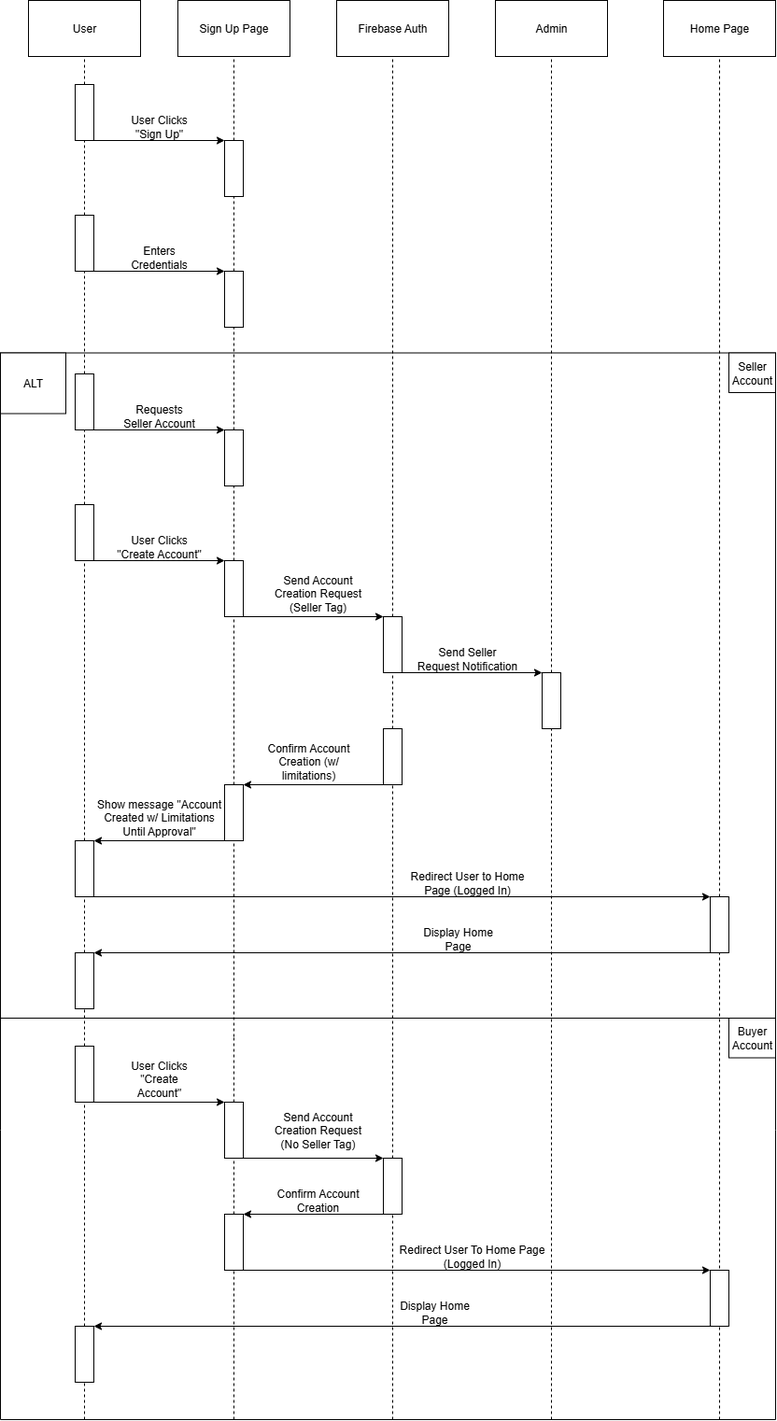
Earlier version of the draw.io export SRS Documents/User Story Diagrams/Sequence Diagram - 2.png (TagReaper/CSE-4214-03-Lab-Project). Source tidied: cells renumbered, new cells last; positions are measured from the earlier drawing's top-left corner, leaving out a move shared by most shapes.
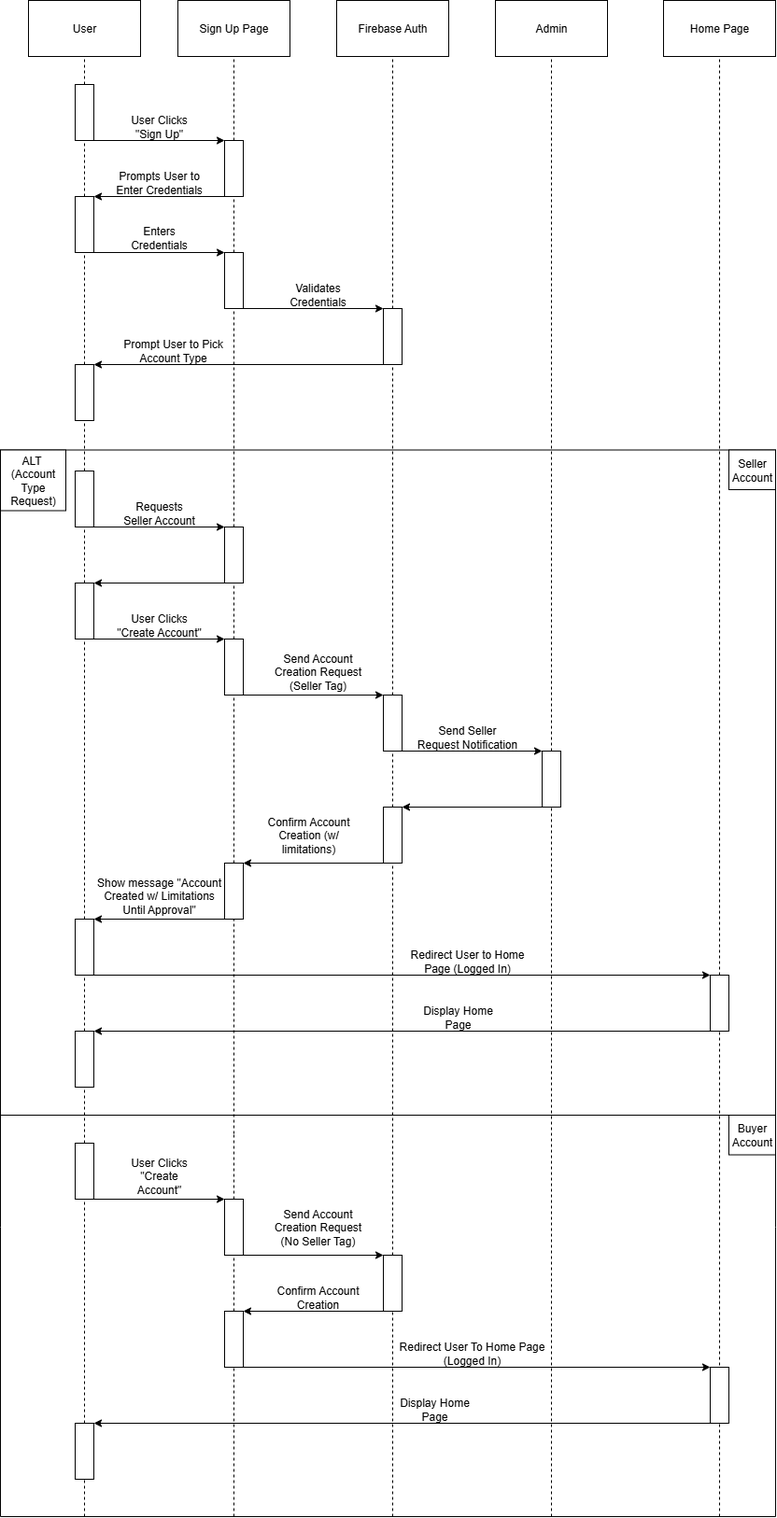
The same diagram one commit later.

The edit, as a diff of the source:
```diff
@@ -25,3 +25,3 @@
     </mxCell>
-    <mxCell id="9" style="endArrow=none;dashed=1;html=1;rounded=0;entryX=0.5;entryY=1;entryDx=0;entryDy=0;" parent="1" edge="1" source="37" target="4">
+    <mxCell id="9" style="endArrow=none;dashed=1;html=1;rounded=0;entryX=0.5;entryY=1;entryDx=0;entryDy=0;" parent="1" edge="1" source="101" target="4">
       <mxGeometry relative="1" as="geometry" />
@@ -52,3 +52,3 @@
     </mxCell>
-    <mxCell id="18" style="endArrow=none;dashed=1;html=1;rounded=0;entryX=1;entryY=0.5;entryDx=0;entryDy=0;" parent="1" edge="1" source="25" target="19">
+    <mxCell id="18" style="endArrow=none;dashed=1;html=1;rounded=0;entryX=1;entryY=0.5;entryDx=0;entryDy=0;" parent="1" edge="1" source="105" target="19">
       <mxGeometry relative="1" as="geometry" />
@@ -56,3 +56,3 @@
     <mxCell id="19" style="rounded=0;whiteSpace=wrap;html=1;direction=south;" parent="1" vertex="1">
-      <mxGeometry x="80" y="230" width="20" height="60" as="geometry" />
+      <mxGeometry x="80" y="210" width="20" height="60" as="geometry" />
     </mxCell>
@@ -62,3 +62,3 @@
     <mxCell id="21" style="rounded=0;whiteSpace=wrap;html=1;direction=south;" parent="1" vertex="1">
-      <mxGeometry x="240" y="290" width="20" height="60" as="geometry" />
+      <mxGeometry x="240" y="270" width="20" height="60" as="geometry" />
     </mxCell>
@@ -68,3 +68,3 @@
     <mxCell id="23" value="Enters Credentials" style="text;html=1;align=center;verticalAlign=middle;whiteSpace=wrap;rounded=0;" parent="1" vertex="1">
-      <mxGeometry x="140" y="260" width="60" height="30" as="geometry" />
+      <mxGeometry x="140" y="239" width="60" height="30" as="geometry" />
     </mxCell>
@@ -74,3 +74,3 @@
     <mxCell id="25" style="rounded=0;whiteSpace=wrap;html=1;direction=south;" parent="1" vertex="1">
-      <mxGeometry x="80" y="400" width="20" height="60" as="geometry" />
+      <mxGeometry x="80" y="504" width="20" height="60" as="geometry" />
     </mxCell>
@@ -80,3 +80,3 @@
     <mxCell id="27" style="rounded=0;whiteSpace=wrap;html=1;direction=south;" parent="1" vertex="1">
-      <mxGeometry x="240" y="460" width="20" height="60" as="geometry" />
+      <mxGeometry x="240" y="564" width="20" height="60" as="geometry" />
     </mxCell>
@@ -86,3 +86,3 @@
     <mxCell id="29" value="Requests Seller Account" style="text;html=1;align=center;verticalAlign=middle;whiteSpace=wrap;rounded=0;" parent="1" vertex="1">
-      <mxGeometry x="130" y="430" width="80" height="30" as="geometry" />
+      <mxGeometry x="130" y="534" width="80" height="30" as="geometry" />
     </mxCell>
@@ -92,3 +92,3 @@
     <mxCell id="31" style="rounded=0;whiteSpace=wrap;html=1;direction=south;" parent="1" vertex="1">
-      <mxGeometry x="80" y="540" width="20" height="60" as="geometry" />
+      <mxGeometry x="80" y="624" width="20" height="60" as="geometry" />
     </mxCell>
@@ -98,6 +98,6 @@
     <mxCell id="33" style="rounded=0;whiteSpace=wrap;html=1;direction=south;" parent="1" vertex="1">
-      <mxGeometry x="240" y="600" width="20" height="60" as="geometry" />
+      <mxGeometry x="240" y="684" width="20" height="60" as="geometry" />
     </mxCell>
     <mxCell id="34" value="User Clicks &quot;Create Account&quot;" style="text;html=1;align=center;verticalAlign=middle;whiteSpace=wrap;rounded=0;" parent="1" vertex="1">
-      <mxGeometry x="120" y="570" width="100" height="30" as="geometry" />
+      <mxGeometry x="120" y="654" width="100" height="30" as="geometry" />
     </mxCell>
@@ -110,3 +110,3 @@
     <mxCell id="37" style="rounded=0;whiteSpace=wrap;html=1;direction=south;" parent="1" vertex="1">
-      <mxGeometry x="410" y="660" width="20" height="60" as="geometry" />
+      <mxGeometry x="410" y="744" width="20" height="60" as="geometry" />
     </mxCell>
@@ -116,3 +116,3 @@
     <mxCell id="39" value="Send Account Creation Request (Seller Tag)" style="text;html=1;align=center;verticalAlign=middle;whiteSpace=wrap;rounded=0;" parent="1" vertex="1">
-      <mxGeometry x="290" y="620" width="100" height="30" as="geometry" />
+      <mxGeometry x="290" y="704" width="100" height="30" as="geometry" />
     </mxCell>
@@ -120,3 +120,3 @@
       <mxGeometry relative="1" as="geometry">
-        <mxPoint x="590" y="1520" as="sourcePoint" />
+        <mxPoint x="590" y="1624" as="sourcePoint" />
       </mxGeometry>
@@ -124,6 +124,6 @@
     <mxCell id="41" style="rounded=0;whiteSpace=wrap;html=1;direction=south;" parent="1" vertex="1">
-      <mxGeometry x="580" y="720" width="20" height="60" as="geometry" />
+      <mxGeometry x="580" y="804" width="20" height="60" as="geometry" />
     </mxCell>
     <mxCell id="42" value="Send Seller Request Notification" style="text;html=1;align=center;verticalAlign=middle;whiteSpace=wrap;rounded=0;" parent="1" vertex="1">
-      <mxGeometry x="445" y="690" width="110" height="30" as="geometry" />
+      <mxGeometry x="445" y="774" width="110" height="30" as="geometry" />
     </mxCell>
@@ -133,3 +133,3 @@
     <mxCell id="44" style="rounded=0;whiteSpace=wrap;html=1;direction=south;" parent="1" vertex="1">
-      <mxGeometry x="410" y="780" width="20" height="60" as="geometry" />
+      <mxGeometry x="410" y="864" width="20" height="60" as="geometry" />
     </mxCell>
@@ -137,3 +137,3 @@
       <mxGeometry relative="1" as="geometry">
-        <mxPoint x="250" y="1110" as="sourcePoint" />
+        <mxPoint x="250" y="1214" as="sourcePoint" />
       </mxGeometry>
@@ -141,3 +141,3 @@
     <mxCell id="46" style="rounded=0;whiteSpace=wrap;html=1;direction=south;" parent="1" vertex="1">
-      <mxGeometry x="240" y="840" width="20" height="60" as="geometry" />
+      <mxGeometry x="240" y="924" width="20" height="60" as="geometry" />
     </mxCell>
@@ -147,3 +147,3 @@
     <mxCell id="48" value="Confirm Account Creation (w/ limitations)" style="text;html=1;align=center;verticalAlign=middle;whiteSpace=wrap;rounded=0;" parent="1" vertex="1">
-      <mxGeometry x="270" y="800" width="120" height="30" as="geometry" />
+      <mxGeometry x="270" y="879" width="120" height="30" as="geometry" />
     </mxCell>
@@ -153,3 +153,3 @@
     <mxCell id="50" style="rounded=0;whiteSpace=wrap;html=1;direction=south;" parent="1" vertex="1">
-      <mxGeometry x="80" y="900" width="20" height="60" as="geometry" />
+      <mxGeometry x="80" y="984" width="20" height="60" as="geometry" />
     </mxCell>
@@ -159,3 +159,3 @@
     <mxCell id="52" value="Show message &quot;Account Created w/ Limitations Until Approval&quot;" style="text;html=1;align=center;verticalAlign=middle;whiteSpace=wrap;rounded=0;" parent="1" vertex="1">
-      <mxGeometry x="100" y="860" width="140" height="30" as="geometry" />
+      <mxGeometry x="100" y="944" width="140" height="30" as="geometry" />
     </mxCell>
@@ -163,3 +163,3 @@
       <mxGeometry relative="1" as="geometry">
-        <mxPoint x="770" y="1520" as="sourcePoint" />
+        <mxPoint x="770" y="1624" as="sourcePoint" />
       </mxGeometry>
@@ -167,6 +167,6 @@
     <mxCell id="54" style="rounded=0;whiteSpace=wrap;html=1;direction=south;" parent="1" vertex="1">
-      <mxGeometry x="760" y="960" width="20" height="60" as="geometry" />
+      <mxGeometry x="760" y="1044" width="20" height="60" as="geometry" />
     </mxCell>
     <mxCell id="55" value="Redirect User to Home Page (Logged In)" style="text;html=1;align=center;verticalAlign=middle;whiteSpace=wrap;rounded=0;" parent="1" vertex="1">
-      <mxGeometry x="425" y="930" width="150" height="30" as="geometry" />
+      <mxGeometry x="425" y="1014" width="150" height="30" as="geometry" />
     </mxCell>
@@ -174,3 +174,3 @@
       <mxGeometry relative="1" as="geometry">
-        <mxPoint y="1210" as="sourcePoint" />
+        <mxPoint y="1314" as="sourcePoint" />
       </mxGeometry>
@@ -179,4 +179,4 @@
       <mxGeometry relative="1" as="geometry">
-        <mxPoint x="830" y="1090" as="sourcePoint" />
-        <mxPoint y="1090" as="targetPoint" />
+        <mxPoint x="830" y="1194" as="sourcePoint" />
+        <mxPoint y="1194" as="targetPoint" />
       </mxGeometry>
@@ -185,4 +185,4 @@
       <mxGeometry relative="1" as="geometry">
-        <mxPoint x="830" y="380" as="sourcePoint" />
-        <mxPoint x="830" y="1210" as="targetPoint" />
+        <mxPoint x="830" y="484" as="sourcePoint" />
+        <mxPoint x="830" y="1314" as="targetPoint" />
       </mxGeometry>
@@ -191,8 +191,8 @@
       <mxGeometry relative="1" as="geometry">
-        <mxPoint y="377.5" as="sourcePoint" />
-        <mxPoint x="830" y="377.5" as="targetPoint" />
+        <mxPoint y="481.5" as="sourcePoint" />
+        <mxPoint x="830" y="481.5" as="targetPoint" />
       </mxGeometry>
     </mxCell>
-    <mxCell id="60" value="ALT" style="rounded=0;whiteSpace=wrap;html=1;" parent="1" vertex="1">
-      <mxGeometry y="377.5" width="70" height="65" as="geometry" />
+    <mxCell id="60" value="ALT&amp;nbsp;&lt;div&gt;(Account Type Request)&lt;/div&gt;" style="rounded=0;whiteSpace=wrap;html=1;" parent="1" vertex="1">
+      <mxGeometry y="481.5" width="70" height="65" as="geometry" />
     </mxCell>
@@ -202,3 +202,3 @@
     <mxCell id="62" style="rounded=0;whiteSpace=wrap;html=1;direction=south;" parent="1" vertex="1">
-      <mxGeometry x="80" y="1120" width="20" height="60" as="geometry" />
+      <mxGeometry x="80" y="1224" width="20" height="60" as="geometry" />
     </mxCell>
@@ -208,3 +208,3 @@
     <mxCell id="64" style="rounded=0;whiteSpace=wrap;html=1;direction=south;" parent="1" vertex="1">
-      <mxGeometry x="240" y="1180" width="20" height="60" as="geometry" />
+      <mxGeometry x="240" y="1284" width="20" height="60" as="geometry" />
     </mxCell>
@@ -214,3 +214,3 @@
     <mxCell id="66" value="User Clicks &quot;Create Account&quot;" style="text;html=1;align=center;verticalAlign=middle;whiteSpace=wrap;rounded=0;" parent="1" vertex="1">
-      <mxGeometry x="130" y="1140" width="80" height="30" as="geometry" />
+      <mxGeometry x="130" y="1244" width="80" height="30" as="geometry" />
     </mxCell>
@@ -218,3 +218,3 @@
       <mxGeometry relative="1" as="geometry">
-        <mxPoint x="420" y="1520" as="sourcePoint" />
+        <mxPoint x="420" y="1624" as="sourcePoint" />
       </mxGeometry>
@@ -222,6 +222,6 @@
     <mxCell id="68" style="rounded=0;whiteSpace=wrap;html=1;direction=south;" parent="1" vertex="1">
-      <mxGeometry x="410" y="1240" width="20" height="60" as="geometry" />
+      <mxGeometry x="410" y="1344" width="20" height="60" as="geometry" />
     </mxCell>
     <mxCell id="69" value="Send Account Creation Request (No Seller Tag)" style="text;html=1;align=center;verticalAlign=middle;whiteSpace=wrap;rounded=0;" parent="1" vertex="1">
-      <mxGeometry x="290" y="1195" width="100" height="30" as="geometry" />
+      <mxGeometry x="290" y="1299" width="100" height="30" as="geometry" />
     </mxCell>
@@ -229,3 +229,3 @@
       <mxGeometry relative="1" as="geometry">
-        <mxPoint x="250" y="1520" as="sourcePoint" />
+        <mxPoint x="250" y="1624" as="sourcePoint" />
       </mxGeometry>
@@ -233,6 +233,6 @@
     <mxCell id="71" value="Confirm Account Creation" style="text;html=1;align=center;verticalAlign=middle;whiteSpace=wrap;rounded=0;" parent="1" vertex="1">
-      <mxGeometry x="290" y="1270" width="100" height="30" as="geometry" />
+      <mxGeometry x="290" y="1374" width="100" height="30" as="geometry" />
     </mxCell>
     <mxCell id="72" value="Redirect User To Home Page (Logged In)" style="text;html=1;align=center;verticalAlign=middle;whiteSpace=wrap;rounded=0;" parent="1" vertex="1">
-      <mxGeometry x="425" y="1330" width="160" height="30" as="geometry" />
+      <mxGeometry x="425" y="1434" width="160" height="30" as="geometry" />
     </mxCell>
@@ -240,4 +240,4 @@
       <mxGeometry relative="1" as="geometry">
-        <mxPoint y="1520" as="sourcePoint" />
-        <mxPoint y="1210" as="targetPoint" />
+        <mxPoint y="1624" as="sourcePoint" />
+        <mxPoint y="1314" as="targetPoint" />
       </mxGeometry>
@@ -246,4 +246,4 @@
       <mxGeometry relative="1" as="geometry">
-        <mxPoint x="830" y="1520" as="sourcePoint" />
-        <mxPoint x="830" y="1210" as="targetPoint" />
+        <mxPoint x="830" y="1624" as="sourcePoint" />
+        <mxPoint x="830" y="1314" as="targetPoint" />
       </mxGeometry>
@@ -255,3 +255,3 @@
       <mxGeometry relative="1" as="geometry">
-        <mxPoint x="250" y="1110" as="targetPoint" />
+        <mxPoint x="250" y="1214" as="targetPoint" />
       </mxGeometry>
@@ -260,3 +260,3 @@
       <mxGeometry relative="1" as="geometry">
-        <mxPoint x="90" y="1050" as="targetPoint" />
+        <mxPoint x="90" y="1154" as="targetPoint" />
       </mxGeometry>
@@ -274,4 +274,4 @@
       <mxGeometry relative="1" as="geometry">
-        <mxPoint y="1520" as="sourcePoint" />
-        <mxPoint x="830" y="1520" as="targetPoint" />
+        <mxPoint y="1624" as="sourcePoint" />
+        <mxPoint x="830" y="1624" as="targetPoint" />
       </mxGeometry>
@@ -288,15 +288,15 @@
     <mxCell id="85" style="rounded=0;whiteSpace=wrap;html=1;direction=south;" parent="1" vertex="1">
-      <mxGeometry x="80" y="1020" width="20" height="60" as="geometry" />
+      <mxGeometry x="80" y="1104" width="20" height="60" as="geometry" />
     </mxCell>
     <mxCell id="86" value="Seller&lt;div&gt;Account&lt;/div&gt;" style="rounded=0;whiteSpace=wrap;html=1;" parent="1" vertex="1">
-      <mxGeometry x="780" y="377.5" width="50" height="42.5" as="geometry" />
+      <mxGeometry x="780" y="481.5" width="50" height="42.5" as="geometry" />
     </mxCell>
     <mxCell id="87" value="Buyer Account" style="rounded=0;whiteSpace=wrap;html=1;" parent="1" vertex="1">
-      <mxGeometry x="780" y="1090" width="50" height="42.5" as="geometry" />
+      <mxGeometry x="780" y="1194" width="50" height="42.5" as="geometry" />
     </mxCell>
     <mxCell id="88" value="Display Home Page" style="text;html=1;align=center;verticalAlign=middle;whiteSpace=wrap;rounded=0;" parent="1" vertex="1">
-      <mxGeometry x="445" y="990" width="90" height="30" as="geometry" />
+      <mxGeometry x="445" y="1074" width="90" height="30" as="geometry" />
     </mxCell>
     <mxCell id="89" style="rounded=0;whiteSpace=wrap;html=1;direction=south;" parent="1" vertex="1">
-      <mxGeometry x="240" y="1300" width="20" height="60" as="geometry" />
+      <mxGeometry x="240" y="1404" width="20" height="60" as="geometry" />
     </mxCell>
@@ -304,3 +304,3 @@
       <mxGeometry relative="1" as="geometry">
-        <mxPoint x="770" y="1410" as="sourcePoint" />
+        <mxPoint x="770" y="1514" as="sourcePoint" />
       </mxGeometry>
@@ -308,3 +308,3 @@
     <mxCell id="91" style="rounded=0;whiteSpace=wrap;html=1;direction=south;" parent="1" vertex="1">
-      <mxGeometry x="760" y="1360" width="20" height="60" as="geometry" />
+      <mxGeometry x="760" y="1464" width="20" height="60" as="geometry" />
     </mxCell>
@@ -312,3 +312,3 @@
       <mxGeometry relative="1" as="geometry">
-        <mxPoint x="90" y="1520" as="sourcePoint" />
+        <mxPoint x="90" y="1624" as="sourcePoint" />
       </mxGeometry>
@@ -316,3 +316,3 @@
     <mxCell id="93" style="rounded=0;whiteSpace=wrap;html=1;direction=south;" parent="1" vertex="1">
-      <mxGeometry x="80" y="1420" width="20" height="60" as="geometry" />
+      <mxGeometry x="80" y="1524" width="20" height="60" as="geometry" />
     </mxCell>
@@ -322,4 +322,40 @@
     <mxCell id="95" value="Display Home Page" style="text;html=1;align=center;verticalAlign=middle;whiteSpace=wrap;rounded=0;" parent="1" vertex="1">
-      <mxGeometry x="420" y="1390" width="90" height="30" as="geometry" />
+      <mxGeometry x="420" y="1494" width="90" height="30" as="geometry" />
     </mxCell>
+    <mxCell id="96" style="endArrow=classic;html=1;rounded=0;entryX=0;entryY=0;entryDx=0;entryDy=0;exitX=1;exitY=1;exitDx=0;exitDy=0;" parent="1" edge="1" source="15" target="19">
+      <mxGeometry relative="1" as="geometry" />
+    </mxCell>
+    <mxCell id="97" style="endArrow=classic;html=1;rounded=0;entryX=0;entryY=0;entryDx=0;entryDy=0;exitX=1;exitY=1;exitDx=0;exitDy=0;" parent="1" edge="1" source="27" target="31">
+      <mxGeometry relative="1" as="geometry" />
+    </mxCell>
+    <mxCell id="98" style="endArrow=classic;html=1;rounded=0;entryX=0;entryY=0;entryDx=0;entryDy=0;exitX=1;exitY=1;exitDx=0;exitDy=0;" parent="1" edge="1" source="41" target="44">
+      <mxGeometry relative="1" as="geometry" />
+    </mxCell>
+    <mxCell id="99" value="Prompts User to Enter Credentials" style="text;html=1;align=center;verticalAlign=middle;whiteSpace=wrap;rounded=0;" parent="1" vertex="1">
+      <mxGeometry x="120" y="180" width="100" height="30" as="geometry" />
+    </mxCell>
+    <mxCell id="100" style="endArrow=none;dashed=1;html=1;rounded=0;entryX=1;entryY=0.5;entryDx=0;entryDy=0;" parent="1" edge="1" source="37" target="101">
+      <mxGeometry relative="1" as="geometry" />
+    </mxCell>
+    <mxCell id="101" style="rounded=0;whiteSpace=wrap;html=1;direction=south;" parent="1" vertex="1">
+      <mxGeometry x="410" y="330" width="20" height="60" as="geometry" />
+    </mxCell>
+    <mxCell id="102" style="endArrow=classic;html=1;rounded=0;exitX=1;exitY=0;exitDx=0;exitDy=0;entryX=0;entryY=1;entryDx=0;entryDy=0;" parent="1" edge="1" source="21" target="101">
+      <mxGeometry relative="1" as="geometry" />
+    </mxCell>
+    <mxCell id="103" value="Validates Credentials" style="text;html=1;align=center;verticalAlign=middle;whiteSpace=wrap;rounded=0;" parent="1" vertex="1">
+      <mxGeometry x="310" y="300" width="60" height="30" as="geometry" />
+    </mxCell>
+    <mxCell id="104" style="endArrow=none;dashed=1;html=1;rounded=0;entryX=1;entryY=0.5;entryDx=0;entryDy=0;" parent="1" edge="1" source="25" target="105">
+      <mxGeometry relative="1" as="geometry" />
+    </mxCell>
+    <mxCell id="105" style="rounded=0;whiteSpace=wrap;html=1;direction=south;" parent="1" vertex="1">
+      <mxGeometry x="80" y="390" width="20" height="60" as="geometry" />
+    </mxCell>
+    <mxCell id="106" style="endArrow=classic;html=1;rounded=0;entryX=0;entryY=0;entryDx=0;entryDy=0;exitX=1;exitY=1;exitDx=0;exitDy=0;" parent="1" edge="1" source="101" target="105">
+      <mxGeometry relative="1" as="geometry" />
+    </mxCell>
+    <mxCell id="107" value="Prompt User to Pick Account Type" style="text;html=1;align=center;verticalAlign=middle;whiteSpace=wrap;rounded=0;" parent="1" vertex="1">
+      <mxGeometry x="120" y="360" width="130" height="30" as="geometry" />
+    </mxCell>
   </root>
```
